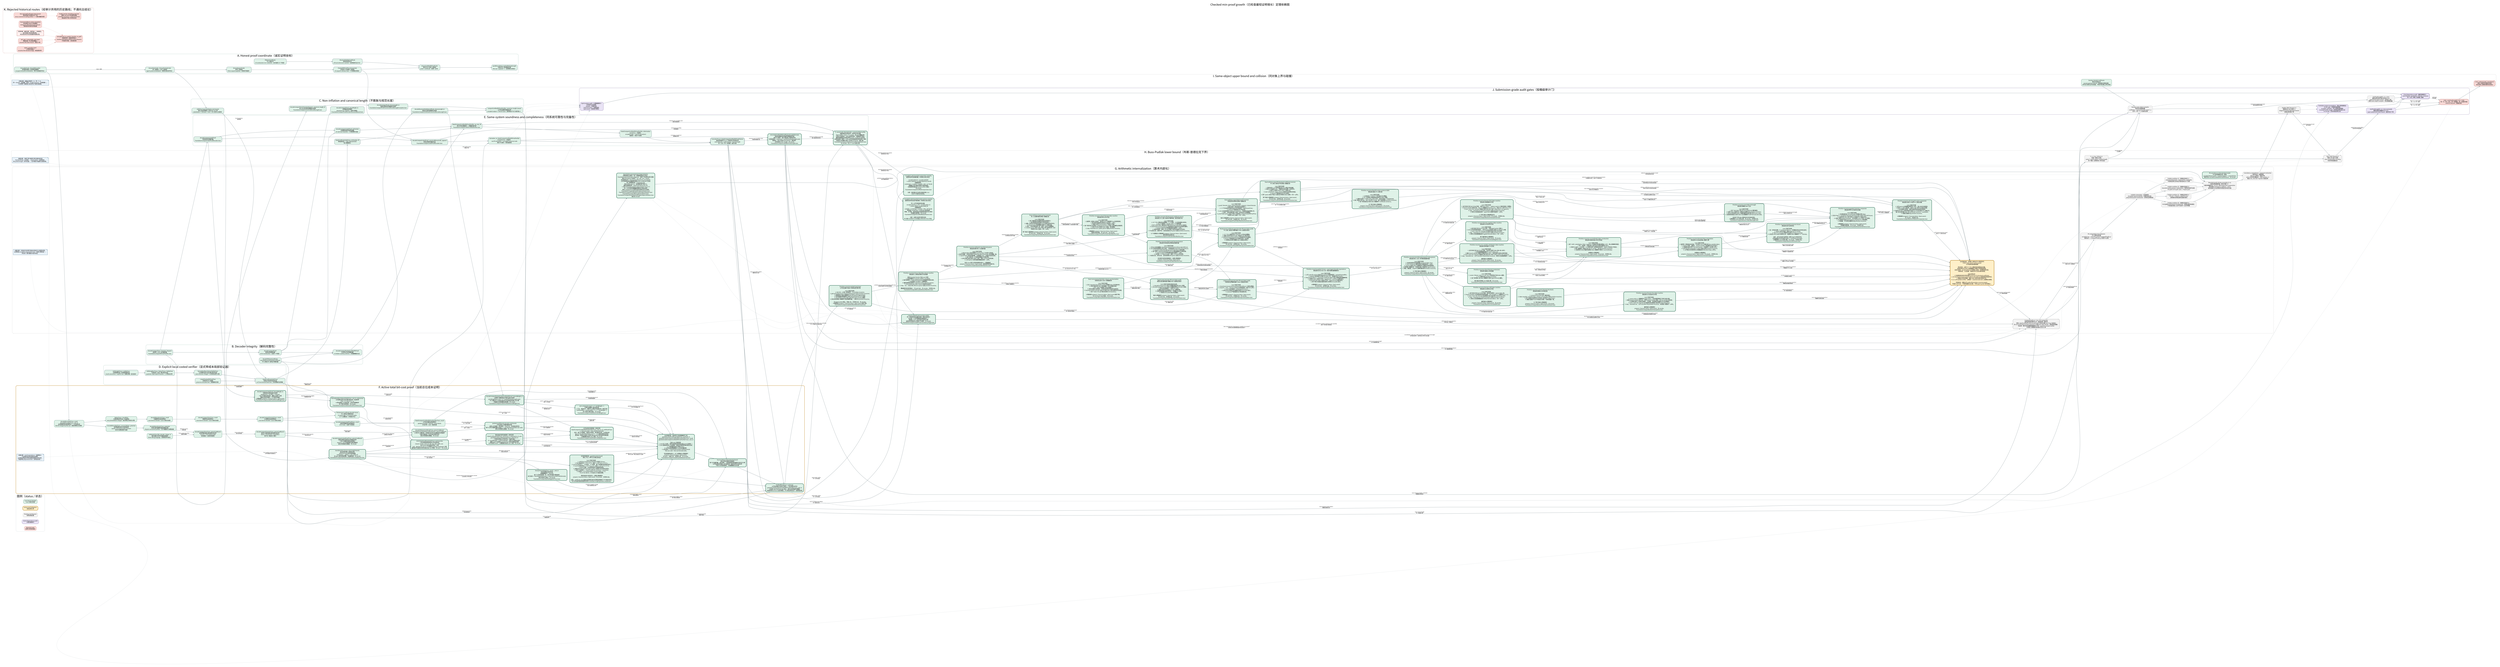
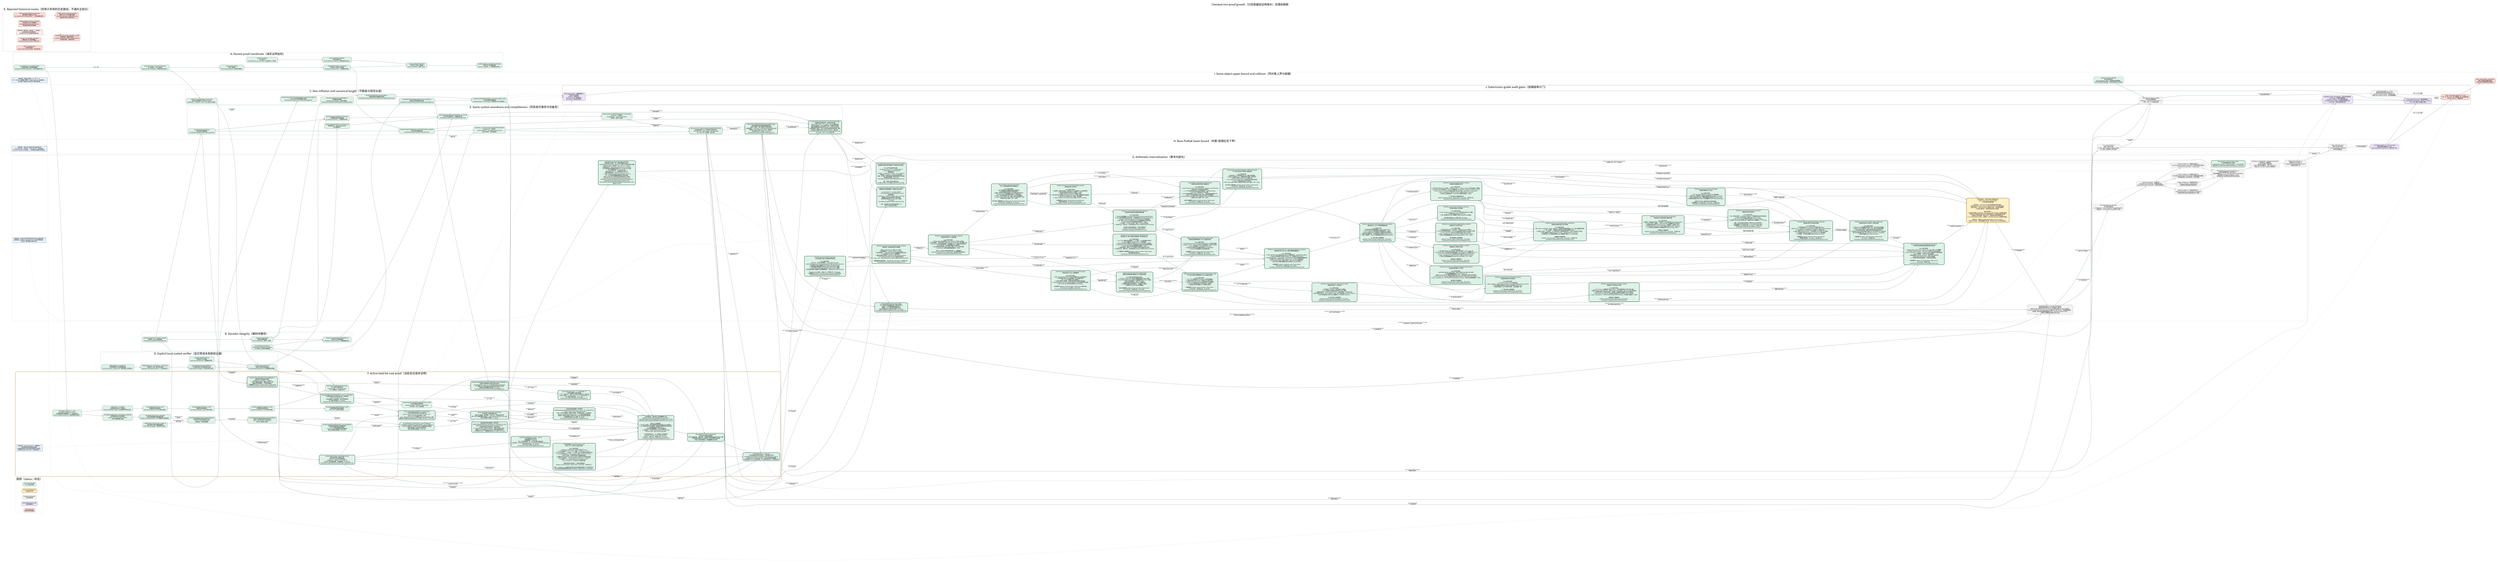
digraph CheckedMinProofDependencies {
  graph [
    rankdir=LR,
    bgcolor="white",
    compound=true,
    newrank=true,
    pad="0.35",
    nodesep="0.30",
    ranksep="0.62",
    fontname="Noto Sans CJK SC",
    fontsize=24,
    label="Checked min-proof growth（已检查最短证明增长）定理依赖图",
    labelloc="t",
    labeljust="c"
  ];
  node [
    shape=box,
    style="rounded,filled",
    fontname="Noto Sans CJK SC",
    fontsize=10.5,
    color="#526d75",
    fillcolor="#eef3f4",
    margin="0.14,0.09",
    penwidth=1.2
  ];
  edge [
    fontname="Noto Sans CJK SC",
    fontsize=8.5,
    color="#65777d",
    arrowsize=0.68,
    penwidth=1.05
  ];

  subgraph cluster_legend {
    label="图例（status / 状态）";
    color="#c8d1d4";
    style="rounded";
    done [label="Lean kernel checked\nLean 内核已检查", fillcolor="#dff2e8", color="#3f7c66"];
    active [label="Active proof obligation\n当前证明义务", fillcolor="#fff0c9", color="#b37a12", penwidth=2.2];
    pending [label="Pending root theorem\n待闭合根定理", fillcolor="#f3f3f3", color="#777777", style="rounded,filled,dashed"];
    audit [label="Axiom/dependency audit\n公理/依赖审计", fillcolor="#e9e3f5", color="#76639a"];
    rejected [label="Rejected route\n经审计弃用的路线", fillcolor="#f8d9d6", color="#a8443d", style="rounded,filled,dashed"];
  }

  subgraph cluster_coordinate {
    label="A. Honest proof coordinate（诚实证明坐标）";
    color="#8fb7aa";
    style="rounded";

    natcode [label="binaryNatCode / decodeBinaryNat\n自然数前缀码 / 自然数前缀解码\nescaped-bit prefix serialization（转义位前缀序列化）", fillcolor="#dff2e8"];
    syntaxcode [label="binaryTermCode + binaryFormulaCode\n项二进制码 + 公式二进制码\ntyped syntax serialization（类型化语法序列化）", fillcolor="#dff2e8"];
    sequentcode [label="binarySequentCode\n序列二进制码\nfinite sequent payload（有限序列载荷）", fillcolor="#dff2e8"];
    prooftree [label="CheckedPAProofTree.binaryCode\n已检查 PA 证明树二进制码\n10 sequent-calculus rules（十条相继式规则）", fillcolor="#dff2e8"];
    axiomcert [label="PAAxiomCertificate\nPA 公理证书\n23 constructors incl. induction（含归纳的 23 个构造）", fillcolor="#dff2e8"];
    structcert [label="StructuralValidityCertificate\n结构有效性证书\nall local witnesses counted（全部局部见证计长）", fillcolor="#dff2e8"];
    certifiedcode [label="binaryCertifiedPAProofCode\n带证书 PA 证明二进制码\nproof + certificate（证明 + 证书）", fillcolor="#dff2e8"];
    packedcode [label="packBinaryString / packedPayloadLength\n位串打包 / 有效载荷长度\nNat.size = payload + 1（自然数位长等式）", fillcolor="#dff2e8"];

    natcode -> syntaxcode [label="labels / 标签"];
    syntaxcode -> sequentcode;
    sequentcode -> prooftree;
    axiomcert -> structcert;
    prooftree -> certifiedcode;
    structcert -> certifiedcode;
    certifiedcode -> packedcode;
  }

  subgraph cluster_decoder {
    label="B. Decoder integrity（解码完整性）";
    color="#8fb7aa";
    style="rounded";

    typeddecoder [label="decodeCompactTerm / Formula / Sequent\n紧凑项 / 公式 / 序列解码器\nFoundationCompactPAProofVerifier.lean", fillcolor="#dff2e8"];
    proofdecoder [label="decodeCompactProof\n紧凑证明树解码器\nall 10 constructors（全部十个构造）", fillcolor="#dff2e8"];
    certdecoder [label="decodePAAxiomCertificate\ndecodeStructuralValidityCertificate\nPA 公理证书 / 结构证书解码器", fillcolor="#dff2e8"];
    packeddecoder [label="decodeCompactPackedCertifiedPAProof\n打包带证书证明解码器\nno hidden auxiliary witness（无隐藏辅助见证）", fillcolor="#dff2e8"];

    typeddecoder -> proofdecoder;
    certdecoder -> packeddecoder;
    proofdecoder -> packeddecoder;
  }

  subgraph cluster_size {
    label="C. Non-inflation and canonical length（不膨胀与规范长度）";
    color="#8fb7aa";
    style="rounded";

    structural [label="decodeCompactProof_parseWeight_le\n证明解码结构量界\nstructural non-inflation（结构不膨胀）\nFoundationCompactProofDecoderStructuralBound.lean", fillcolor="#dff2e8"];
    syntaxcanonical [label="decodeCompactTerm/Formula/Sequent_canonical_length_le\n项/公式/序列规范重编码长度界\nFoundationCompactCanonicalDecodeLength.lean", fillcolor="#dff2e8"];
    proofcanonical [label="decodeCompactProof_binaryLength_le\n完整证明树规范重编码长度界\nFoundationCompactProofCanonicalDecodeLengthComplete.lean", fillcolor="#dff2e8"];
    certcanonical [label="decodeStructuralValidityCertificate_binaryLength_le\n结构证书规范重编码长度界\nFoundationCompactCertificateCanonicalDecodeLength.lean", fillcolor="#dff2e8"];
    totalcanonical [label="compactCertifiedPAProofVerifier_canonical_length_bound\n公开验证器规范载荷总界\naccepted output <= honest input（接受输出不长于诚实输入）", fillcolor="#dff2e8"];
    transformsize [label="shift/free/neg/substitution size bounds\n移位/自由变量嵌入/否定/代入大小界\nsubstitution <= formula × term（代入至多公式乘项）", fillcolor="#dff2e8"];

    typeddecoder -> syntaxcanonical;
    proofdecoder -> structural;
    syntaxcanonical -> proofcanonical;
    certdecoder -> certcanonical;
    proofcanonical -> totalcanonical;
    certcanonical -> totalcanonical;
    syntaxcode -> transformsize;
  }

  subgraph cluster_explicit_local {
    label="D. Explicit local costed verifier（显式带成本局部验证器）";
    color="#8fb7aa";
    style="rounded";

    biteq [label="bitStringEqTrace / natEqTrace\n位串相等轨迹 / 自然数相等轨迹\nresult correctness + explicit cost（结果正确 + 显式成本）", fillcolor="#dff2e8"];
    bitset [label="bitStringMemTrace / SubsetTrace / SetEqTrace\n位串成员 / 包含 / 集合等价轨迹\nquadratic-style explicit bounds（二次型显式界）", fillcolor="#dff2e8"];
    formulalist [label="formulaEq/Mem/Subset/SetEqTrace\n公式相等/成员/包含/集合等价轨迹\ncode emission charged（公式码生成已计费）", fillcolor="#dff2e8"];
    listedtree [label="ListedCheckedPAProofTree\n列表序列 PA 证明树\npreserves decoded lists（保留解码列表）", fillcolor="#dff2e8"];
    listedcert [label="listedCertificateValidTrace\n列表证书有效性成本轨迹\nno Finset decide black box（无有限集判定黑箱）", fillcolor="#dff2e8"];

    biteq -> bitset;
    bitset -> formulalist;
    listedtree -> listedcert;
    formulalist -> listedcert;
    transformsize -> listedcert [label="local transforms\n局部变换"];
  }

  subgraph cluster_same_system {
    label="E. Same-system soundness and completeness（同系统可靠性与完备性）";
    color="#8fb7aa";
    style="rounded";

    listdecoder [label="decodeCompactListedProof\n列表保持证明解码器\nFoundationCompactListedProofDecoder.lean", fillcolor="#dff2e8"];
    projection [label="decodeCompactListedProof_toChecked\n列表解码投影到原检查器\n10-rule fuel induction（十规则燃料归纳）", fillcolor="#dff2e8"];
    localiff [label="listedCertificateValidTrace_toChecked_iff\n新局部轨迹 <-> 原 certificateValid\n语义精确等价", fillcolor="#dff2e8"];
    publiciff [label="listedCompactCertifiedPAProofVerifier_eq_true_iff\n新公开验证器接受 <-> 精确检查关系\nFoundationCompactListedCertifiedVerifier.lean", fillcolor="#dff2e8"];
    soundness [label="listedCompactCertifiedPAProofVerifier_toDerivation\nsoundness（可靠性）\naccepted code -> real PA Derivation2\n接受码 -> 真实 PA 推导", fillcolor="#dff2e8"];
    listencoder [label="decodeCompactListedProof_canonicalBinaryCode_append\n列表证明规范编码往返\nFoundationCompactListedProofEncoder.lean", fillcolor="#dff2e8"];
    completeness [label="derivation_to_listedCompactCertifiedPAProofVerifier\ncompleteness（完备性）\nreal PA derivation -> accepted canonical code\n真实 PA 推导 -> 规范接受码", fillcolor="#dff2e8"];
    predicate [label="Concrete P(x,y) / ListedCompactCertifiedPAProofChecks\n具体证明谓词 P(x,y) / 列表带证书检查关系\nsame formula + same checker + honest length\n同一公式 + 同一检查器 + 诚实长度", fillcolor="#dff2e8", penwidth=2.0];
    minmeasure [
      label="minListedCertifiedPAProofPayloadLength(formula)\n具体检查器诱导的最短完整载荷长度\n真实 PA 推导 -> 最小值由某个接受码实现\n任意接受码 -> minimum <= packedPayloadLength(code)\n接受码 -> 同公式真实 Derivation2（推导树）\n无项目级 proof_length；无 sorryAx\nFoundationCompactListedMinProofLength.lean",
      fillcolor="#dff2e8", color="#2f6f57", penwidth=2.8
    ];
    canonicalnormalize [
      label="P_canon(code, formulaCode) + canonical Bool verifier\n纯数值规范证明关系 + 规范布尔验证器\nBool verifier = true <-> P_canon，由 Lean 精确证明\n任意公开接受码 -> 同公式码规范码，完整载荷不增长\n最短完整载荷必由真实规范 proof + certificate 码实现\n全体码有限一致性 <-> 同 cutoff 的纯数值规范码有限一致性\n非规范/冗余编码不能人为压低 minimum（最小值）\nFoundationCompactListedCanonicalNormalization.lean\n无 sorryAx；仅三个 Lean 标准公理",
      fillcolor="#dff2e8", color="#2f6f57", penwidth=2.8
    ];

    typeddecoder -> listdecoder;
    listdecoder -> projection;
    proofdecoder -> projection;
    listedcert -> localiff;
    projection -> publiciff;
    localiff -> publiciff;
    packeddecoder -> publiciff;
    publiciff -> soundness;
    prooftree -> listencoder;
    listdecoder -> listencoder;
    listencoder -> completeness;
    listedcert -> completeness;
    soundness -> predicate;
    completeness -> predicate;
    predicate -> minmeasure [label="minimum over accepted codes\n对接受码取最小值"];
    completeness -> minmeasure [label="nonempty accepted set\n接受集合非空"];
    publiciff -> canonicalnormalize [label="decode every accepted code\n解码任意接受码"];
    listencoder -> canonicalnormalize [label="canonical re-encoding\n规范重编码"];
    totalcanonical -> canonicalnormalize [label="no payload growth\n载荷不增长"];
    minmeasure -> canonicalnormalize [label="minimum realized canonically\n最小值由规范码实现"];
  }

  subgraph cluster_cost_active {
    label="F. Active total bit-cost proof（当前总位成本证明）";
    color="#c18a27";
    style="rounded,bold";

    nattrace [label="decodeBinaryNatTrace_result\ndecodeBinaryNatTrace_cost_le\n自然数解码轨迹结果等价 + 二次位成本界\nNat.bit charged by Nat.size（按自然数位长收费）", fillcolor="#dff2e8", color="#3f7c66"];
    tracebind [label="OptionTrace + traceBind\n可选结果成本轨迹 + 轨迹绑定\nevery bind/failure charged（每次绑定/失败均计费）", fillcolor="#dff2e8", color="#3f7c66"];
    vectortrace [label="decodeManyVectorTrace_result\n向量解码轨迹结果等价\nLean kernel checked（Lean 内核已检查）", fillcolor="#dff2e8", color="#3f7c66"];
    termtrace [label="decodeCompactTermTrace_result\n项解码轨迹结果等价\nLean kernel checked（Lean 内核已检查）", fillcolor="#dff2e8", color="#3f7c66"];
    formulatrace [label="decodeCompactFormulaTrace_result\n公式解码轨迹结果等价\nLean kernel checked（Lean 内核已检查）", fillcolor="#dff2e8", color="#3f7c66"];
    prooftrace [label="decodeCompactListedProofTrace_result\n列表证明解码轨迹结果等价\nall 10 rules（全部十条规则）", fillcolor="#dff2e8", color="#3f7c66"];
    certtrace [label="PA/structural certificate decoder traces\nPA / 结构证书解码轨迹\n23 axiom tags + 4 recursive nodes\n23 个公理标签 + 4 种递归节点", fillcolor="#dff2e8", color="#3f7c66"];
    publictrace [label="listedCompactCertifiedPAProofVerifierTrace_result\n公开验证器轨迹结果等价\npacked envelope + formula + local checks\n打包外壳 + 公式 + 局部检查", fillcolor="#dff2e8", color="#3f7c66"];
    natpotential [label="decodeBinaryNatTrace_success/failure_potential\n自然数解码成功/失败势能界\nquartic consumed-prefix invariant\n四次已消费前缀不变量", fillcolor="#dff2e8", color="#3f7c66"];
    vectorpotential [label="decodeManyVectorTrace_potential\n任意长度向量解码摊还势能定理\ndisjoint consumed prefixes（互不重叠的已消费前缀）", fillcolor="#dff2e8", color="#3f7c66"];
    symbolcharge [label="arithmeticFunc/Rel_decode_charge_le\n算术函数/关系符号解码收费界\nfinite ORing language（有限有序环语言）", fillcolor="#dff2e8", color="#3f7c66"];
    termpotential [label="decodeCompactTermTrace_parserCostBound\n紧凑项解码器全路径摊还成本界\nsuccess + every failure path\n成功路径 + 全部失败路径", fillcolor="#dff2e8", color="#3f7c66"];
    formulapotential [label="decodeCompactFormulaTrace_parserCostBound\n紧凑公式解码器全路径摊还成本界\natoms / connectives / quantifiers\n原子式 / 联结词 / 量词", fillcolor="#dff2e8", color="#3f7c66"];
    proofpotential [
      label="decodeCompactListedProofTrace_parserCostBound\n列表证明树全路径四次势能成本界\n十条 PA 相继式规则全部通过\nand/cut 二叉子证明势能已望远镜相消\n成功/失败路径全覆盖；无 sorryAx",
      fillcolor="#dff2e8", color="#3f7c66"
    ];
    certpotential [
      label="decodePAAxiomCertificateTrace_parserCostBound\ndecodeStructuralValidityCertificateTrace_parserCostBound\n23 种 PA 公理标签 + 4 种递归证书节点全路径四次势能界\n归纳公理体和二元证书树已摊还闭合\n成功/失败路径全覆盖；无 sorryAx",
      fillcolor="#dff2e8", color="#3f7c66", penwidth=2.2
    ];
    packedcost [
      label="packed proof/formula decoder cost bounds\n打包证明/公式解码器成本界\n证明+证书串联、末位哨兵、dropLast、空后缀全部闭合\n两个公开打包解码器均不超过 2 × decoderPotential(Nat.size code)\n成功/失败路径全覆盖；无 sorryAx",
      fillcolor="#dff2e8", color="#2f6f57", penwidth=2.8
    ];
    transformcode [
      label="transformation binary-code length bounds\n语法变换完整二进制码长界\nshift/free/neg 均至多线性膨胀\nsubstitution：|phi[t]| <= 3(F+1)(W+1)F\n含 qpow 量词深度预算；无隐藏参数；无 sorryAx\nFoundationCompactSyntaxTransformationCodeBounds.lean",
      fillcolor="#dff2e8", color="#2f6f57", penwidth=2.8
    ];
    negtrace [
      label="binaryFormulaNegTrace_result / _cost_le\n否定变换真实递归轨迹\n结果精确等于 ∼formula\n每个公式构造收费一步；原子项向量不重复遍历\n执行成本 <= formulaSymbolCount <= |binaryFormulaCode(formula)|\n单文件探针已通过；无 sorryAx\nFoundationCompactSyntaxNegationTrace.lean",
      fillcolor="#dff2e8", color="#2f6f57", penwidth=2.8
    ];
    axmjoint [
      label="axm comparator input <= 2 * jointWeight + 1\n公理比较器输入联合坐标界\n上下文、候选句子、完整 PA 公理证书均落在同一诚实位权\ncertificateBits + sentenceBits + 1 <= 2 * jointWeight + 1\n四个坐标引理已通过；无 sorryAx\nFoundationCompactListedAxiomJointWeight.lean",
      fillcolor="#dff2e8", color="#2f6f57", penwidth=2.8
    ];
    honestproof [
      label="decodeCompactListedProof_honestWeight_le\n列表保持证明树诚实位权界\nweight(tree) + 8|suffix| <= 8|input|\n十条 PA 规则全部闭合；重复公式逐个计费\n覆盖任意成功解码，不只是规范编码\n公理画像仅 propext / Classical.choice / Quot.sound\nFoundationCompactListedProofHonestWeight.lean",
      fillcolor="#dff2e8", color="#2f6f57", penwidth=2.8
    ];
    honestcert [
      label="decodeCompactPackedListedCertifiedPAProof_honestWeight_le\n证明树+完整结构证书联合诚实位权界\njointWeight(tree,cert) <= 8 * packedPayloadLength(code)\nPA 公理证书 23 标签及递归证书全部由实际输入位计费\n无辅助见证和隐藏长度参数；无 sorryAx\nFoundationCompactListedCertifiedHonestWeight.lean",
      fillcolor="#dff2e8", color="#2f6f57", penwidth=2.8
    ];
    localprimitives [
      label="formulaEq/Mem/Subset/SetEqTrace_cost_le_polynomial\n公式相等/成员/包含/集合等价统一位成本界\nP(w) = 4 + 2(w+3)^2 + w\nw 是全部输入公式码位权，包含列表重复项\n四个端点全部通过；无 sorryAx\nFoundationCompactListedLocalCostPrimitives.lean",
      fillcolor="#dff2e8", color="#2f6f57", penwidth=2.8
    ];
    localbranches9 [
      label="10/10 listedCertificateValidTrace cost branches\n十条证明规则局部成本分支全部闭合\nclosed / verum / and / or / all / exs / wk / shift / cut：\n由 P(G(w)) 及生成语法界统一计费\naxm：由 A(w)=K*(2w+1)^12 的真实 guarded comparator 计费\n最终每节点固定多项式包络已由 Lean 检查；无 haxm、无 sorryAx",
      fillcolor="#dff2e8", color="#2f6f57", penwidth=2.8
    ];
    localinduction [
      label="联合坐标内部归纳骨架 + 具体实例\nlistedCertificateValidTrace_jointCost_le_polynomial_of_axm\nguardedListedCertificateValidTrace_jointCost_le\n十规则证明树/证书同步统一归纳已通过\nb = proofWeight + certificateWeight（证明+证书联合位权）\n抽象 haxm 已由真实 guarded axm 成本定理具体消除\n公开实例无 haxm；公理画像仅标准 Lean 公理；无 sorryAx",
      fillcolor="#dff2e8", color="#2f6f57", penwidth=2.8
    ];
    publicskeleton [
      label="公开总成本内部骨架 + 具体实例\nlistedCompactCertifiedPAProofVerifierTrace_cost_le_of_certificateTrace\ns = Nat.size(code) + Nat.size(formulaCode)\n合并：两个打包解码、局部证书检查、结论集合比较、公式码比较\nQ(s)=4*decoderPotential(s)+L(s)+1，L(s) 是显式固定多项式\n原先唯一内部证书成本义务现已由 guarded 联合成本定理消除\n公理画像仅标准 Lean 公理；无 sorryAx\nFoundationCompactListedPublicCostSkeleton.lean",
      fillcolor="#dff2e8", color="#2f6f57", penwidth=2.8
    ];
    publiccost [
      label="【主终端完成：具体带守卫检查器最终汇合】\nguardedListedCertificateValidTrace_jointCost_le\nguardedListedCompactCertifiedPAProofVerifierTrace_result\nguardedListedCompactCertifiedPAProofVerifierTrace_cost_le\n\n已由 Lean 内核检查：\n1. axm 的 23 标签、接受/拒绝路径和候选长度 guard 全部统一；\n2. axm 局部成本进入与证明树、结构证书相同的诚实联合位权；\n3. 十规则整树成本不再带 haxm；\n4. 公开轨迹结果精确等于公开验证器结果；\n5. 总位成本 <= listedPublicVerifierCostPolynomial(\n   Nat.size code + Nat.size formulaCode)。\n\n定向构建退出码 0；五个关键端点公理画像仅\npropext / Classical.choice / Quot.sound。\n无 haxm、无输入包、无项目公设、无 sorryAx。\nFoundationCompactListedGuardedAxiomCost.lean",
      fillcolor="#dff2e8", color="#2f6f57", penwidth=2.8
    ];
    amortized [label="Success/failure total potential bound\n成功/失败全路径总势能界\n两个打包解码器、语法变换、十规则局部检查和最终比较均已计费\n公开轨迹的所有输入对均满足同一固定多项式位成本界\n不是只分析接受路径；无隐藏辅助见证长度", fillcolor="#dff2e8", color="#2f6f57", style="rounded,filled", penwidth=2.8];
    costnote [shape=note, label="关键注释：result equivalence（结果等价）\n只证明轨迹没有改掉验证结果；\n必须再证明成功/失败全路径的固定多项式界，\n才能声称 polynomial time（多项式时间）。", fillcolor="#e8f1f8", color="#4e7892"];
    transformtrace [label="【共享终端完成：guarded axiom trace】\n移位 / 代入 / 带守卫公理比较轨迹\n\nLean 内核已检查：\n1. shift/free/substitution/list/fixitr 的真实 QTrace；\n2. fixitr 输出码长 <= 4*(L+1)^2；成本 <= 128*(m+L+1)^2*L；\n3. succInd 四次代入、三次否定、三个析取、两个全称量词全部真实执行；\n4. succInd 输出码长 <= 10^7*(L+1)^4；成本 <= 10^11*(L+1)^12；\n5. guard 完备：合法相等候选不会被提前拒绝；\n6. 接受分支 fixitr/allClosure/formulaEq 与拒绝分支总成本均闭合；\n7. 全部 23 标签统一：true iff certificate.sentence = candidate；\n8. 总成本 <= K*(certificateBits+sentenceBits+1)^12，\n   K=10^30+(3B+4)，B 为显式 26 句固定预算。\n\n两条验收命令退出码 0；关键公理画像仅\npropext / Classical.choice / Quot.sound；无 sorryAx、无项目公设。\n\n边界：certificate-only 直接生成完整归纳句在稀疏变量编号下不可能多项式；\n本节点完成的是保持接受关系的 candidate-length guarded comparator。", fillcolor="#dff2e8", color="#2f6f57", style="rounded,filled", penwidth=2.8];
    polytime [label="VerifierBitCost(x,y) <= p(|x|+|y|)\n公开验证器总位成本不超过一个显式固定多项式\nguardedListedCompactCertifiedPAProofVerifierTrace_cost_le\n对全部 code/formulaCode 成立，成功与失败路径均覆盖\n这里是项目 QTrace 位成本模型；PA 内短证明仍由下一簇单独完成", fillcolor="#dff2e8", color="#2f6f57", style="rounded,filled", penwidth=2.8];

    natcode -> nattrace;
    nattrace -> tracebind;
    tracebind -> vectortrace;
    vectortrace -> termtrace;
    termtrace -> formulatrace;
    formulatrace -> prooftrace;
    certdecoder -> certtrace;
    formulatrace -> certtrace;
    prooftrace -> publictrace;
    certtrace -> publictrace;
    publictrace -> amortized [label="exact behavior first\n先固定精确行为"];
    nattrace -> natpotential;
    natpotential -> vectorpotential;
    vectorpotential -> termpotential [label="argument vectors\n参数向量"];
    symbolcharge -> termpotential [label="finite symbol decoding\n有限符号解码"];
    termpotential -> formulapotential [label="terms inside atoms\n原子式中的项"];
    formulapotential -> proofpotential [label="formulas inside sequents\n序列中的公式"];
    proofpotential -> certpotential [label="proof/certificate alignment\n证明树/证书树对齐"];
    formulapotential -> certpotential [label="induction body\n归纳公理体"];
    certpotential -> packedcost [label="proof + certificate stream\n证明 + 证书串"];
    publictrace -> packedcost [label="same executable result\n同一可执行结果"];
    packedcost -> publiccost [label="decoded objects\n已解码对象"];
    transformsize -> transformcode [label="from symbol count to full bits\n从符号数提升到完整位长"];
    transformcode -> negtrace [label="input bit-length control\n输入位长控制"];
    negtrace -> publiccost [label="closed/cut negation charge\n闭合/切规则否定计费"];
    transformcode -> publiccost [label="generated-code bounds\n生成公式码长界"];
    listdecoder -> honestproof [label="all successful parses\n全部成功解码"];
    honestproof -> honestcert [label="proof-tree charge\n证明树计费"];
    certcanonical -> honestcert [label="full certificate bits\n完整证书位"];
    honestcert -> publiccost [label="joint decoded-data bound\n联合解码数据界"];
    honestcert -> axmjoint [label="proof + certificate coordinate\n证明 + 证书坐标"];
    axmjoint -> publiccost [label="guarded comparator input bound\n带守卫比较器输入界"];
    listedcert -> localprimitives [label="exact trace costs\n精确轨迹成本"];
    honestproof -> localprimitives [label="duplicate-preserving weights\n保留重复项位权"];
    localprimitives -> publiccost [label="uniform quadratic bound\n统一二次界"];
    localprimitives -> localbranches9 [label="per-rule instantiation\n逐规则实例化"];
    transformcode -> localbranches9 [label="generated syntax bounds\n生成语法界"];
    localbranches9 -> publiccost [label="nine checked branches\n九条已检查分支"];
    localbranches9 -> localinduction [label="structural aggregation\n结构汇总"];
    localinduction -> publiccost [label="haxm concretely discharged\nhaxm 已由具体定理消除"];
    localinduction -> publicskeleton [label="local certificate polynomial\n局部证书多项式"];
    packedcost -> publicskeleton [label="two packed decoder bounds\n两个打包解码界"];
    honestcert -> publicskeleton [label="decoded joint weight\n解码联合位权"];
    publicskeleton -> publiccost [label="concrete discharge checked\n具体消义务已检查"];
    listedcert -> publiccost [label="explicit local checks\n显式局部检查"];
    publiccost -> amortized;
    totalcanonical -> amortized [label="consumed-length control\n消费长度控制"];
    costnote -> amortized [style=dotted, arrowhead=none, constraint=false];
    transformcode -> transformtrace;
    transformtrace -> publiccost [label="guarded axm + shift/free/substitution costs\n带守卫公理 + 移位/自由化/代入成本"];
    amortized -> polytime;
    transformtrace -> polytime;
    totalcanonical -> polytime [label="input/output length control\n输入输出长度控制"];
    listedcert -> polytime [label="local cost bounds\n局部成本界"];
    predicate -> polytime [label="exact executable relation\n精确可执行关系"];
  }

  subgraph cluster_internalization {
    label="G. Arithmetic internalization（算术内部化）";
    color="#9a9a9a";
    style="rounded,dashed";

    listedconmeta [label="ListedCertifiedFiniteConsistencyAt(k)\n同一列表保持验证器的有限一致性元层语义\n无长度 <= k 的完整载荷码被接受为 ⊥\n普通及 2^(A*n) 放大版本无条件为真\n接受反向恢复同公式真实 PA 推导；无 sorryAx\nFoundationCompactListedFiniteConsistencyTarget.lean", fillcolor="#dff2e8", color="#2f6f57", penwidth=2.8];
    arithinput [label="Primitive-recursive packed input layer\n公开验证器打包输入的原始递归算术层\n\nLean 内核已检查：\n1. Nat.bits（小端二进制展开）为 primitive recursive；\n2. getLast?/dropLast 与 sentinel payload peel 均为 primitive recursive；\n3. 剥离成功 iff 输入精确等于 packBinaryString(payload)；\n4. 新剥离器结果精确等于现有 packedPayloadTrace 结果；\n5. decodeBinaryNat 已由 right-fold state machine 重建；\n6. 新状态机逐输入精确等于原前缀解码器，二者均为 primitive recursive。\n\n无 typed syntax 假设、无输入包、无项目公设、无 sorryAx；\n公理画像仅 propext / Classical.choice / Quot.sound 或其子集。\nFoundationCompactListedVerifierArithmeticInput.lean", fillcolor="#dff2e8", color="#2f6f57", penwidth=2.8];
    tokenstream [label="Primitive-recursive binary-Nat token stream machine\n原始递归二进制自然数记号流机器\n\n具体 bounded iterator 已由 Lean 检查：\n1. 状态明确区分 running / failed / accepted；\n2. 每步调用同一个 decodeBinaryNat 并保留真实剩余位串；\n3. 总步数由 inputBits+1 明确限制；\n4. 最终结果逐位串等于 repeated-prefix reference parser；\n5. binaryNatCode token stream 的规范往返成立；\n6. step、run、output 和 reference parser 全部 primitive recursive。\n\n覆盖畸形和非规范输入；无 rawCode、无 sorryAx、无项目公设。\nFoundationCompactBinaryNatStreamMachine.lean", fillcolor="#dff2e8", color="#2f6f57", penwidth=2.8];
    bitsync [label="Exact noncanonical bit/token stream synchronization\n非规范位流与 token 流精确同步\n\nLean 内核已检查：\n1. 定义 repeated decodeBinaryNat 的精确 token/位后缀关系；\n2. 关系可按任意 token 前后缀唯一切分并重新合成；\n3. 同一 token 前缀留下的位后缀唯一；\n4. 规范位编码只是特例，不把非规范高位零误判为规范码；\n5. bounded stream decoder 成功 iff 全部 token 恰好消费至空位后缀；\n6. 每个 token-list split 都对应真实 bit boundary。\n\n公理画像仅 propext / Classical.choice / Quot.sound 或其子集；\n无 canonical-input 假设、无 sorryAx。\nFoundationCompactBinaryNatStreamSynchronization.lean", fillcolor="#dff2e8", color="#2f6f57", penwidth=2.8];
    syntaxparser [label="Primitive-recursive arithmetic term/formula parser\n原始递归算术项 / 公式解析器\n\nLean 内核已检查：\n1. 纯 Nat token 状态机覆盖 bvar/fvar/func 与全部公式构造；\n2. 有序环函数、关系符号码与 typed decoder 的 decode₂ 条件精确一致；\n3. repeat frame 逐项处理参数，不按稀疏 arity 一次展开巨型任务表；\n4. 每个真实项 / 公式都有精确执行步数定理；\n5. 执行步数不超过真实 token 长度，固定二次 fuel 必然足够；\n6. 公开 parser 对规范编码精确返回同一 suffix。\n\n定向 Lean 探针与目标构建退出码 0；公理画像仅\npropext / Classical.choice / Quot.sound；静态禁用项扫描为空。\nFoundationCompactSyntaxTokenMachine.lean", fillcolor="#dff2e8", color="#2f6f57", penwidth=2.8];
    syntaxinversion [label="Exact arbitrary-input syntax inversion\n项 / 公式解析器任意输入精确反演\n\nLean 内核已检查：\n1. 每个纯数值任务栈都有类型化前缀语义；\n2. 每次数值状态转换反向保持该语义；\n3. 函数 / 关系符号有效码恢复同 arity 的真实有序环符号；\n4. repeat frame 恢复精确长度的 Fin 参数向量；\n5. 成功、失败及畸形输入统一由同一后向不变量覆盖；\n6. numeric parser 返回 suffix iff 输入等于某真实项 / 公式\n   的规范 token 前缀 ++ 同一 suffix。\n\n两个端点公理画像仅 propext / Classical.choice / Quot.sound；\n无 rawCode、无项目公设、无 sorryAx。\nFoundationCompactSyntaxTokenMachineInversion.lean", fillcolor="#dff2e8", color="#2f6f57", penwidth=2.8];
    syntaxbitsync [label="Typed syntax decoder iff exact token prefix\n类型化语法解码器与精确 token 前缀双向等价\n\nLean 内核已检查任意成功位串：\n1. decodeCompactTerm 成功 iff 精确消费该项 token 前缀；\n2. decodeCompactFormula 成功 iff 精确消费该公式 token 前缀；\n3. 两方向均保留同一个真实 bit suffix；\n4. 函数/关系符号代码由 decode₂ 精确恢复；\n5. 任意有限参数向量逐项同步，不隐藏 arity 展开；\n6. 非规范 binaryNat 表示完全覆盖。\n\n端点公理画像仅 propext / Classical.choice / Quot.sound；\n无 rawCode、无项目公设、无 sorryAx。\nFoundationCompactSyntaxBitTokenSynchronization.lean", fillcolor="#dff2e8", color="#2f6f57", penwidth=2.8];
    closedformula [label="Primitive-recursive closed-formula token machine\n原始递归闭公式记号机\n\nLean 内核已检查：\n1. 复用同一紧凑公式语法，但所有 term 位置遇到 fvar 标签即拒绝；\n2. 每次成功恢复真实类型化公式及同一 suffix；\n3. 恢复公式的 freeVariables 严格等于空集；\n4. 每个真实闭公式及每个 ArithmeticSentence 的嵌入规范编码必被接受；\n5. 成功 iff 闭公式规范 token 前缀，双向精确；\n6. step / bounded run / public parser 全部 primitive recursive。\n\n公理画像仅 propext / Classical.choice / Quot.sound；\n无额外闭性参数、无 rawCode、无 sorryAx。\nFoundationCompactClosedFormulaTokenMachine.lean", fillcolor="#dff2e8", color="#2f6f57", penwidth=2.8];
    proofparser [label="Primitive-recursive listed-proof structural parser\n原始递归列表保持证明树结构解析器\n\nLean 内核已检查：\n1. 纯 Nat 任务栈覆盖 closed/axm/verum/and/or/all/exs/wk/shift/cut；\n2. axm 标签现调用独立闭公式机，不再把普通 proposition 当 sentence；\n3. sequent cardinality 由 repeat-formula frame 逐项消费；\n4. 每个真实 ListedCheckedPAProofTree 都有精确执行步数定理；\n5. and/cut 左右子证明按编码顺序消费同一 suffix；\n6. 总步数 <= 2*tokenLength，固定二次 fuel 必然足够；\n7. 十标签分派、闭句分支、总状态机和公开 parser 全部 primitive recursive。\n\n定向探针及目标构建通过；关键公理画像仅\npropext / Classical.choice / Quot.sound。\nFoundationCompactProofTokenMachine.lean", fillcolor="#dff2e8", color="#2f6f57", penwidth=2.8];
    proofinversion [label="Exact arbitrary-input listed-proof inversion\n列表保持证明树任意输入精确反演\n\nLean 内核已检查：\n1. proof / formula / term / repeat-formula / sequent / closed-formula\n   六类任务统一具有类型化前缀语义；\n2. 十个节点标签的每条反向分支均恢复同一 typed proof tree；\n3. and/cut 严格恢复左右子树次序；\n4. axm 分支恢复真实 ArithmeticSentence，不接受含自由变量公式；\n5. 成功、失败及畸形输入由同一后向状态不变量覆盖；\n6. proof token parser 成功 iff 输入为某真实 ListedCheckedPAProofTree\n   的规范 token 前缀 ++ 同一 suffix。\n\n端点公理画像仅 propext / Classical.choice / Quot.sound；\n无 rawCode、无项目公设、无 sorryAx。\nFoundationCompactProofTokenMachineInversion.lean", fillcolor="#dff2e8", color="#2f6f57", penwidth=2.8];
    certparser [label="Primitive-recursive PA/structural certificate parsers\n原始递归 PA 公理 / 结构证书解析器（规范完备方向）\n\nLean 内核已检查：\n1. 23 个 PA 公理标签全部覆盖；0..21 固定，3/4 校验函数/关系码；\n2. tag 22 调用同一 binder-arity-1 公式解析器；\n3. 新 PA 证书 token 编码逐证书等于旧 binary code 的 Nat 前缀流；\n4. leaf/axiomCert/unary/binary 四类结构证书由显式任务栈递归解析；\n5. binary 左右子证书按编码顺序消费同一 suffix；\n6. 线性步数界、固定二次 fuel 和两个规范往返端点均已闭合；\n7. PA 标签分派、结构节点、总状态机和公开 parser 全部 primitive recursive。\n\n七个关键端点公理画像仅 propext / Classical.choice / Quot.sound；\n静态禁用项扫描为空。\nFoundationCompactCertificateTokenMachine.lean", fillcolor="#dff2e8", color="#2f6f57", penwidth=2.8];
    certinversion [label="Exact arbitrary-input PA/structural certificate inversion\nPA 公理 / 结构证书任意输入精确反演\n\nLean 内核已检查：\n1. 固定标签 0..21 逐项恢复对应 PA 公理证书构造器；\n2. 标签 3/4 恢复同 arity、同编码的真实函数 / 关系符号；\n3. 标签 22 恢复 binder-arity-1 归纳公式；\n4. leaf / axiomCert / unary / binary 四类节点全部反向恢复；\n5. binary 严格恢复左右子证书顺序；\n6. 两个 parser 成功 iff 输入为真实证书规范 token 前缀 ++ 同一 suffix。\n\n两个端点公理画像仅 propext / Classical.choice / Quot.sound；\n无 rawCode、无项目公设、无 sorryAx。\nFoundationCompactCertificateTokenMachineInversion.lean", fillcolor="#dff2e8", color="#2f6f57", penwidth=2.8];
    proofbitsync [label="Listed proof typed decoder iff exact token prefix\n列表保持证明解码器与 token 前缀双向等价\n\nLean 内核已检查：\n1. closed/axm/verum/and/or/all/exs/wk/shift/cut 十规则全覆盖；\n2. sequent、term、formula 与左右子证明保留同一真实 bit suffix；\n3. axm 分支恢复同一 ArithmeticSentence；\n4. 成功方向与完备方向均覆盖非规范 binaryNat 表示；\n5. and/cut 严格保留左右子树消费次序。\n\n公理画像仅 propext / Classical.choice / Quot.sound；\n无 rawCode、无项目公设、无 sorryAx。\nFoundationCompactProofBitTokenSynchronization.lean", fillcolor="#dff2e8", color="#2f6f57", penwidth=2.8];
    certbitsync [label="PA/structural certificate typed decoder iff exact token prefix\nPA 公理 / 结构证书解码器与 token 前缀双向等价\n\nLean 内核已检查：\n1. 23 个 PA 公理标签及 induction 公式体全部覆盖；\n2. 函数/关系符号由 decode₂ 恢复同 arity 真实符号；\n3. leaf/axiomCert/unary/binary 四类递归证书全覆盖；\n4. binary 严格保留左右证书顺序及同一位后缀；\n5. 任意成功位串与精确 token 前缀双向等价。\n\n公理画像仅 propext / Classical.choice / Quot.sound；\n无 rawCode、无项目公设、无 sorryAx。\nFoundationCompactCertificateBitTokenSynchronization.lean", fillcolor="#dff2e8", color="#2f6f57", penwidth=2.8];
    packedtokensync [label="Primitive-recursive packed stream + exact typed-decoder equivalence\n原始递归打包 token 流 + 类型化解码器精确等价\n\nLean 内核已检查：\n1. 公开 code 的 sentinel 哨兵位与 payload 剥离使用同一 packedPayloadBits；\n2. payload 逐前缀转为完整 Nat token 流，流函数已证 Primrec；\n3. listed proof tokens ++ structural certificate tokens 按公开解码顺序精确拼接；\n4. 证明码 token 流成功 iff 同一 typed proof + certificate 解码成功；\n5. formulaCode token 流成功 iff 同一 typed formula 解码成功；\n6. 两个等价均保留全载荷消费与非规范 binaryNat 表示。\n\n公理画像仅 propext / Classical.choice / Quot.sound；\n无 rawCode、无项目公设、无 sorryAx。\nFoundationCompactListedPackedBitTokenSynchronization.lean", fillcolor="#dff2e8", color="#2f6f57", penwidth=2.8];
    numericvalues [label="Primitive-recursive term/formula/sequent value parsers\n原始递归项 / 公式 / 序列数值值解析器\n\nLean 内核已检查：\n1. 在结构判断同时保留精确 canonical token slice；\n2. term 与 formula 解析返回已消费值及同一 suffix；\n3. sequent 按首 token 的基数逐公式解析并保持原顺序；\n4. 规范输入精确往返；任意成功输入恢复真实 typed syntax；\n5. 单值、重复值、sequent 总解析器全部 primitive recursive。\n\n九个审计端点公理画像仅\npropext / Classical.choice / Quot.sound；无 sorryAx。\nFoundationCompactNumericSyntaxValueParser.lean", fillcolor="#dff2e8", color="#2f6f57", penwidth=2.8];
    numericchecks [label="Primitive-recursive numeric formula-list checks\n原始递归数值公式列表检查\n\nLean 内核已检查：\n1. canonical formula token 编码单射；\n2. token equality / membership / subset / set equality 全部 primitive recursive；\n3. 四个结果在任意规范公式列表上逐点等于 typed trace；\n4. 重复元素按 Finset 外延语义处理，与原检查器一致。\n\n九个审计端点公理画像仅\npropext / Classical.choice / Quot.sound；无 sorryAx。\nFoundationCompactNumericFormulaListChecks.lean", fillcolor="#dff2e8", color="#2f6f57", penwidth=2.8];
    numericconstructors [label="Primitive-recursive direct formula constructors\n原始递归直接公式构造器\n\nLean 内核已检查：\n1. verum / falsum / and / or / all / exs 六种构造全为纯 token 函数；\n2. 六个函数全部 primitive recursive；\n3. 每个规范输入逐 token 精确等于真实 typed formula 编码。\n\n审计端点仅依赖 Lean 标准公理；无 sorryAx。\nFoundationCompactNumericFormulaConstructors.lean", fillcolor="#dff2e8", color="#2f6f57", penwidth=2.8];
    numericnegation [label="Primitive-recursive formula-negation token machine\n原始递归公式否定记号机\n\nLean 内核已检查：\n1. 运行状态只有 Nat 与 Nat 列表，不把 typed syntax 当输入；\n2. term 记号逐项原样复制，八种 formula 标签执行真实 De Morgan 对偶；\n3. term / term-list / formula 的完整任务执行语义均已闭合；\n4. step、bounded run 与公开 transform 全部 primitive recursive；\n5. 规范公式前缀精确返回 negated formula tokens + 同一 suffix。\n\n两个最终端点公理画像仅\npropext / Classical.choice / Quot.sound；无 sorryAx。\nFoundationCompactNumericFormulaNegation.lean", fillcolor="#dff2e8", color="#2f6f57", penwidth=2.8];
    numericshift [label="Primitive-recursive formula-shift token machine\n原始递归公式移位记号机\n\nLean 内核已检查：\n1. 运行状态只有 Nat 与 Nat 列表，逐任务消费同一 parser token 流；\n2. bound variable 与全部结构标签原样保留，free variable [1,i] 精确变为 [1,i+1]；\n3. term / term-list / formula 的完整执行语义逐点等于 Rewriting.shift；\n4. step、bounded run 与公开 transform 全部 primitive recursive；\n5. 规范公式前缀精确返回 shifted formula tokens + 同一 suffix。\n\n最终端点公理画像仅\npropext / Classical.choice / Quot.sound；无 sorryAx。\nFoundationCompactNumericFormulaShift.lean", fillcolor="#dff2e8", color="#2f6f57", penwidth=2.8];
    numericfree [label="Primitive-recursive formula-free token machine\n原始递归公式自由化记号机\n\nLean 内核已检查：\n1. source arity n+1 精确降到 target arity n，任务栈携带量词下真实当前元数；\n2. 最后 bound variable 变为 &0，较早 bound variable 保持，旧 free variable 取后继；\n3. 仅消费长度为 2 的真实变量头，空消费、失败路径及函数头均不会误触发；\n4. term / term-list / formula 沿元数等式的完整语义逐点等于 Rewriting.free；\n5. step、bounded run、公开 transform 均 primitive recursive，规范输入保留同一 suffix。\n\n最终端点公理画像仅\npropext / Classical.choice / Quot.sound；无 sorryAx。\nFoundationCompactNumericFormulaFree.lean", fillcolor="#dff2e8", color="#2f6f57", penwidth=2.8];
    numericsubstitution [label="Primitive-recursive one-variable substitution token machine\n原始递归单变量代入记号机\n\nLean 内核已检查：\n1. 运行状态只有 Nat 与 Nat 列表，见证项以固定 token 输入进入迭代；\n2. 任务栈精确跟踪量词下 source arity 1+d；\n3. 最后 bound variable 替换为完整闭见证 token，其余变量与结构头原样保留；\n4. term / term-list / formula 完整执行语义逐 token 等于 ((Rew.subst ![w]).qpow d)；\n5. step、bounded run、公开 transform 均 primitive recursive，规范公式前缀保留同一 suffix。\n\n最终端点公理画像仅\npropext / Classical.choice / Quot.sound；无 sorryAx。\nFoundationCompactNumericFormulaSubstitution.lean", fillcolor="#dff2e8", color="#2f6f57", penwidth=2.8];
    numericfixitr [label="Primitive-recursive formula-fixitr token machine\n原始递归变量捕获记号机\n\nLean 内核已检查：\n1. 运行状态只有 Nat 与 Nat 列表，任意 base arity n、capture count m 与量词深度 d 均覆盖；\n2. bound variable 保持不变；free i<m 精确变为 bound n+d+i；其余 free i 变为 free (i-m)；\n3. term / term-list / formula 完整执行语义逐 token 等于 ((Rew.fixitr n m).qpow d)；\n4. step、bounded run 与公开 transform 全部 primitive recursive；\n5. 规范公式前缀返回同一 typed fixitr 结果并保留同一 suffix。\n\n十个审计端点公理画像至多为\npropext / Classical.choice / Quot.sound；无 sorryAx、无项目公设。\nFoundationCompactNumericFormulaFixitr.lean", fillcolor="#dff2e8", color="#2f6f57", penwidth=2.8];
    numericsuccind [label="Primitive-recursive succInd(body) token construction\n原始递归后继归纳公式记号构造\n\nLean 内核已检查：\n1. 每个 shift / substitution / fixitr / negation 子变换必须完整消费输入公式，禁止忽略畸形尾部；\n2. 零、开放零、开放后继三类见证均为固定纯数值 token；\n3. 四条代入执行、三次否定、三个析取与两个全称量词均在同一 Option 失败语义中组合；\n4. 整个函数输入/输出只有 Nat 与 List Nat，且已证 primitive recursive；\n5. 任意规范 body 的最终结果逐 token 精确等于原定义 succInd(body)。\n\n关键端点公理画像仅\npropext / Classical.choice / Quot.sound；无 sorryAx、无项目公设。\nFoundationCompactNumericSuccIndSentence.lean", fillcolor="#dff2e8", color="#2f6f57", penwidth=2.8];
    numericfvsup [label="Primitive-recursive formula fvSup computation\n原始递归公式自由变量上确界计算\n\nLean 内核已检查：\n1. 复用同一数值语法任务栈，只在真正 term 位置识别 free-variable token；\n2. relation 标签、函数头、bound variable 与普通数字均不会误计；\n3. 单遍输出逐点等于 formula.fvarList，并保留同一未消费 suffix；\n4. listFvSup 的 max(index+1) fold 已独立证明 primitive recursive；\n5. 公开端点对任意规范公式精确返回 (formula.fvSup, suffix)。\n\n关键端点公理画像仅\npropext / Classical.choice / Quot.sound；无 sorryAx、无项目公设。\nFoundationCompactNumericFormulaFvSup.lean", fillcolor="#dff2e8", color="#2f6f57", penwidth=2.8];
    numericallclosure [label="Primitive-recursive iterated universal closure\n原始递归迭代全称闭包\n\nLean 内核已检查：\n1. 每一步真实前置一个 universal token 6，不把整段闭包当作单位成本；\n2. depth 次迭代的输入/输出只有 Nat 与 List Nat；\n3. step 与 nat-iterate 整体均已证明 primitive recursive；\n4. 对任意 arity=depth 的规范公式，结果逐 token 精确等于 ∀⁰* formula。\n\n边界：本节点本身不宣称按二进制 depth 多项式时间；\n必须由黄色节点先证明 depth <= candidate bit length。\n公理画像仅 Lean 标准公理；无 sorryAx、无项目公设。\nFoundationCompactNumericAllClosure.lean", fillcolor="#dff2e8", color="#2f6f57", penwidth=2.8];
    numerictokenbitlength [label="Primitive-recursive exact token bit length\n原始递归精确 token 位长\n\nLean 内核已检查：\n1. 每个 Nat token 用公开 binaryNatCode 重新编码；\n2. 任意 token 列表的总二进制位长函数已证 primitive recursive；\n3. 项与公式的规范 token 流重新编码后逐位等于原 binary code；\n4. 因而规范候选公式的 token 位长精确等于公开 formulaCode 位长。\n\n这关闭了把 token 数误当位长的坐标风险；\n公理画像仅 Lean 标准公理，无 sorryAx、无项目公设。\nFoundationCompactNumericTokenBitLength.lean", fillcolor="#dff2e8", color="#2f6f57", penwidth=2.8];
    numericguardedinduction [label="Primitive-recursive guarded induction comparator\n原始递归带守卫归纳句比较器\n\nLean 内核已检查：\n1. 先纯数值构造 succInd(body) 并精确计算 fvSup；\n2. 仅当 fvSup <= candidate formulaCode bit length 才执行 fixitr/allClosure；\n3. 生成句逐 token 等于标签 22 的真实 PA 归纳证书句；\n4. 对每个规范 body/candidate，布尔结果为 true iff 两个句子相等；\n5. 守卫拒绝分支由 typed guard completeness 排除漏接；\n6. 构造器、守卫及比较器均已证 primitive recursive。\n\n公理画像仅 propext / Classical.choice / Quot.sound；\n无隐藏长度参数、无 sorryAx、无项目公设。\nFoundationCompactNumericGuardedInductionSentence.lean", fillcolor="#dff2e8", color="#2f6f57", penwidth=2.8];
    numericfixedaxioms [label="Primitive-recursive fixed PA-axiom sentence table\n原始递归固定 PA 公理句表\n\nLean 内核已检查：\n1. 证书标签 0..21 的 22 个非归纳分支全覆盖；\n2. 20 个无参数公理直接返回规范句 token 常量；\n3. 函数外延按 4 个合法 (arity,code) 分派，关系外延按 2 个合法对分派；\n4. 输入/输出只有 Nat、Nat×Nat 和 List Nat，整个查表函数 primitive recursive；\n5. 每个规范固定证书逐 token 精确等于 certificate.sentence。\n\n五个审计端点公理画像仅\npropext / Classical.choice / Quot.sound；无 sorryAx。\nFoundationCompactNumericFixedPAAxiomSentence.lean", fillcolor="#dff2e8", color="#2f6f57", penwidth=2.8];
    numericallaxioms [label="Primitive-recursive all-23-tag PA-axiom comparator\n原始递归全部 23 标签 PA 公理比较器\n\nLean 内核已检查：\n1. 证书 parser 必须精确消费到空 suffix，禁止多余垃圾尾部；\n2. 标签 0..21 进入固定表，标签 22 进入带守卫归纳比较器；\n3. 非法函数/关系码、畸形归纳体和未知标签均拒绝；\n4. 任意证书 token 对规范候选句返回 true iff 存在真实 PA 公理证书，\n   输入恰为其完整 token 且 certificate.sentence = candidate；\n5. 完整比较器已证 primitive recursive。\n\n公理画像仅 propext / Classical.choice / Quot.sound；\n无 sorryAx、无项目公设。\nFoundationCompactNumericPAAxiomComparator.lean", fillcolor="#dff2e8", color="#2f6f57", penwidth=2.8];
-     numericparser [label="【主终端当前：证明树 / 结构证书十规则同步】\nPublic local-check numeric graph\n公开局部检查纯数值图\n\n新近闭合：全部 23 个 PA 公理标签的纯数值合并器，\n包括任意证书 token 的精确解析与畸形/垃圾尾部拒绝。\n此前已闭合：proof/certificate 任意输入反演、全部数值语法值、\n列表判定、公式变换、候选位长守卫及归纳句构造。\n\n当前证明任务：\n1. 在纯数值状态机中同步遍历 proof tree 与 structural certificate；\n2. 对 closed/axm/verum/and/or/all/exs/wk/shift/cut 逐规则复现局部判定；\n3. 覆盖证书形状错配、畸形 token 和所有递归拒绝分支；\n4. 汇入公开 packed verifier，证明同一 code/formulaCode 上结果逐点相等。\n\n完成标准：完整公开 verifier 的 primitive-recursive graph；\n不借旧 rawCode，不增加隐藏见证长度，不把 typed syntax 当外部输入。", fillcolor="#fff0c9", color="#b37a12", penwidth=2.8];
+     numericrules [label="10/10 primitive-recursive listed local rule checks\n十条列表证明局部规则纯数值检查全部闭合\n\nLean 内核已检查：\n1. closed / axm / verum / and / or / all / exs / wk / shift / cut 全覆盖；\n2. 每个输入只有公式 token、序列 token 列表及子节点布尔结果；\n3. free / substitution / negation / sequent shift 均调用真实纯数值变换；\n4. axm 调用同一个全部 23 标签比较器；\n5. 每条函数均 primitive recursive，规范字段上逐点等于\n   listedCertificateValidTrace 对应分支结果；\n6. 子有效性是任务栈返回值，不是外部证明假设。\n\n公理画像仅 propext / Classical.choice / Quot.sound；\n无 sorryAx、无项目公设。\nFoundationCompactNumericListedRuleChecks.lean", fillcolor="#dff2e8", color="#2f6f57", penwidth=2.8];
+     numericparser [label="【主终端当前：同步任务栈与完整流执行】\nPublic local-check numeric graph\n公开局部检查纯数值图\n\n新近闭合：十条 proof rule 的全部纯数值局部合并器，\n每条均已证 primitive recursive 且与 typed trace 分支逐点相等。\n此前已闭合：proof/certificate 任意输入反演、全部字段值解析、\n23 标签公理比较、列表判定和全部公式变换。\n\n当前证明任务：\n1. 建立同步消费 proof tokens / structural certificate tokens 的有限任务栈；\n2. 解析节点字段并把子结论/子布尔结果自底向上交给绿色局部合并器；\n3. 覆盖证书形状错配、畸形 token、燃料耗尽及所有拒绝分支；\n4. 汇入公开 packed verifier，证明同一 code/formulaCode 上结果逐点相等。\n\n完成标准：完整公开 verifier 的 primitive-recursive graph；\n不借旧 rawCode，不增加隐藏见证长度，不把 typed syntax 当外部输入。", fillcolor="#fff0c9", color="#b37a12", penwidth=2.8];
    compactformula [label="CompactProof(x,y) + Con_PA^compact(k)\n紧凑证明谓词算术公式 + 紧凑有限一致性句\n绿色 ListedCertifiedFiniteConsistencyAt 已给出正确 Lean Prop 元层语义\n旧 succinctFiniteConsistencySentence 仍指 raw-code checker（原始码检查器）\n待证明：算术句标准模型精确等价于同一 guarded compact verifier\n以及短二进制数词实例的公式大小界", fillcolor="#f3f3f3", color="#777777", style="rounded,filled,dashed", penwidth=2.0];
    patrace [label="PA computation-trace theorem\nPA 计算轨迹定理\naccepted run -> short PA proof of CompactProof(x,y)\n接受运行 -> CompactProof(x,y) 的短 PA 证明", fillcolor="#f3f3f3", color="#777777", style="rounded,filled,dashed"];
    suitable [label="suitable numeration（合适枚举）\nbit graph representability（位图可表示性）\npolynomial proof construction（多项式证明构造）", fillcolor="#f3f3f3", color="#777777", style="rounded,filled,dashed"];
    cond0 [label="Pudlak condition (0)（普德拉克条件 0）\nPA 内证明 proof-bound monotonicity（证明长度界单调性）\nP 的较紧/较松 cutoff 可在同一公式中转换", fillcolor="#f3f3f3", color="#777777", style="rounded,filled,dashed"];
    cond1 [label="Pudlak condition (1)（普德拉克条件 1）\nexternal short proof -> internal P(n, code(phi))\n外部短证明以多项式开销内部化为 P 实例", fillcolor="#f3f3f3", color="#777777", style="rounded,filled,dashed"];
    cond2 [label="Pudlak condition (2)（普德拉克条件 2）\nP(n,m) -> P(q1(n), code(P(n,m)))\n证明谓词实例自身的定量内部化", fillcolor="#f3f3f3", color="#777777", style="rounded,filled,dashed"];
    cond3 [label="Pudlak condition (3)（普德拉克条件 3）\nbounded modus ponens composition（有界肯定前件合成）\nP(n,phi) 与 P(n,phi->psi) -> P(q2(n),psi)", fillcolor="#f3f3f3", color="#777777", style="rounded,filled,dashed"];
    mpcompiler [label="Accepted-code bounded modus ponens compiler\n接受码有界肯定前件编译器（外部语义层已闭合）\n\n同一公开列表保持验证器：\naccept(codeImp, A->B) + accept(codeA, A)\n  -> exists codeB, accept(codeB, B)\n完整载荷界：\n|codeB| <= |codeImp| + |codeA| + 240 + 34*S(A,B)\n两份输入 proof tree + certificate 原样复用\n树级、证书级、规范码级及任意接受码端点均已通过\n无隐藏长度参数；无 sorryAx\nFoundationCompactCertifiedModusPonens.lean\n\n注意：这里只关闭外部码合成；\nPA 内部 condition (3) 仍须由 arithmetic trace 内化。", fillcolor="#dff2e8", color="#2f6f57", penwidth=2.8];
    conjcompiler [label="Accepted-code bounded conjunction compiler\n接受码有界合取编译器（外部语义层已闭合）\n\naccept(codeA,A) + accept(codeB,B)\n  -> exists codeAnd, accept(codeAnd,A and B)\n完整载荷界：\n|codeAnd| <= |codeA| + |codeB| + 144 + 11*S(A,B)\n两棵输入树与两份完整证书原样复用\n任意接受码端点及 axiom profile 已通过\n无 sorryAx\nFoundationCompactCertifiedConjunction.lean\n\n注意：固定重言式与原文拼接步骤 (i)-(v)\n以及 PA 内部化仍未闭合。", fillcolor="#dff2e8", color="#2f6f57", penwidth=2.8];
    qdiagonal [label="Quantitative parameterized diagonalization\n定量参数化对角化（同一完整载荷坐标已闭合）\nFoundation parameterized_diagonal₁：固定 P 的全称证明为常数\n真实 Derivation2 实例化：cut + wk + exs + closed\n显式结构证书：binary(unary(baseCert), unary(leaf))\n公开列表保持验证器接受完整 proof+certificate 打包码\n短二进制数码项：2*previous+bit\n码长 O(Nat.size m)，标准模型值严格为 m\n最终完整载荷界：baseProof+baseCert+192\n + 2048*(formulaConstant+stepConstant*|m|+1)^3\n同一公式实例的精确最短载荷也不超过该界\n具体 CompactProof 谓词仍由灰色算术化节点提供\nFoundationCompactDerivationSpecialization.lean\nFoundationCompactCertifiedDerivationSpecialization.lean\nFoundationCompactBinaryNumeralTerm.lean\nFoundationCompactParameterizedDiagonalSpecialization.lean\n端点无 sorryAx", fillcolor="#dff2e8", color="#2f6f57", penwidth=2.8];
    proofassembly [label="Bounded proof-calculus assembly (i)-(v)\n有界证明演算拼接（原文步骤 i-v）\n固定命题重言式 + (0)-(3) + MP/conjunction composition\n逐步得到 not P(q5(m), bottom) -> D(m)\n每次拼接与公式实例化均须显式多项式长度", fillcolor="#f3f3f3", color="#777777", style="rounded,filled,dashed"];
    paconsistency [label="PA consistency in the standard model\nPA 在标准模型中的一致性\naccepted falsum proof -> real Derivation2 -> contradiction\n项目已有 noListedCertifiedPAProofOfFalsum；无 sorryAx", fillcolor="#dff2e8", color="#2f6f57", penwidth=2.4];
    exponentextract [label="Consistency contradiction + exponent extraction\n一致性反证 + 指数提取\n短 D(m) 证明与一致性冲突\nq5(m) 的多项式重标定 -> 存在 epsilon > 0\n推出 Con_A(n) 无 n^epsilon 长度证明", fillcolor="#f3f3f3", color="#777777", style="rounded,filled,dashed"];
    diagonal [label="Pudlak 1986 Theorem 3.1\n普德拉克 1986 定理 3.1\ndiagonal proof-length lower bound\n对角证明长度下界", fillcolor="#f3f3f3", color="#777777", style="rounded,filled,dashed", penwidth=2.0];
    internalnote [shape=note, label="关键注释：外部运行时间界不能自动变成 PA 内部短证明。\n必须构造 accepted computation trace（接受计算轨迹），\n并在同一算术编码中逐步验证。", fillcolor="#e8f1f8", color="#4e7892"];

    predicate -> compactformula [label="exact standard-model relation\n精确标准模型关系"];
    minmeasure -> compactformula [label="same honest payload length\n同一诚实载荷长度"];
    canonicalnormalize -> compactformula [style=dotted, label="normalization audit only; public guarded verifier remains the target\n仅作规范化审计；目标仍是公开带守卫验证器"];
    predicate -> listedconmeta [label="same accepted-code relation\n同一接受码关系"];
    minmeasure -> listedconmeta [label="same payload coordinate\n同一载荷坐标"];
    listedconmeta -> compactformula [label="arithmetize this exact semantics\n算术化这一精确语义"];
    canonicalnormalize -> listedconmeta [label="pointwise same-cutoff equivalence\n逐点同截断值等价"];
    polytime -> arithinput [label="same packed inputs and bit-cost coordinate\n同一打包输入与位成本坐标"];
    arithinput -> tokenstream [label="primitive-recursive payload and Nat-prefix base\n原始递归载荷与自然数前缀基础"];
    tokenstream -> bitsync [label="exact arbitrary-input stream semantics\n任意输入流精确语义"];
    tokenstream -> syntaxparser [label="bounded exact tokenization\n有界精确记号化"];
    bitsync -> syntaxbitsync [label="exact bit suffix invariant\n精确位后缀不变量"];
    syntaxparser -> syntaxbitsync [label="same term/formula token grammar\n同一项/公式 token 文法"];
    syntaxparser -> syntaxinversion [label="backward typed realization invariant\n反向类型化实现不变量"];
    syntaxinversion -> numericvalues [label="arbitrary syntax success is canonical\n任意语法成功均为真实规范前缀"];
    syntaxinversion -> closedformula [label="typed prefix recovery + no-fvar invariant\n类型化前缀恢复 + 无自由变量不变量"];
    closedformula -> proofparser [label="axm sentence task\n公理叶闭句任务"];
    syntaxparser -> proofparser [label="checked syntax-task machine\n已检查语法任务机"];
    syntaxparser -> certparser [label="induction-body formula parser\n归纳公理体公式解析"];
    syntaxinversion -> proofinversion [label="term / formula arbitrary inversion\n项 / 公式任意反演"];
    proofparser -> proofinversion [label="ten-rule numeric state machine\n十规则纯数值状态机"];
    closedformula -> proofinversion [label="real sentence recovery\n真实闭句恢复"];
    proofinversion -> numericparser [label="arbitrary proof success is canonical\n任意证明成功均为真实规范前缀"];
    syntaxinversion -> certinversion [label="induction-formula arbitrary inversion\n归纳公式任意反演"];
    certparser -> certinversion [label="23+4 certificate numeric machines\n23+4 类证书纯数值机"];
    certinversion -> numericparser [label="arbitrary certificate success is canonical\n任意证书成功均为真实规范前缀"];
    syntaxbitsync -> numericparser [label="term/formula typed-bit equivalence closed\n项/公式类型化位级等价已闭合"];
    bitsync -> proofbitsync [label="same exact bit suffix\n同一精确位后缀"];
    syntaxbitsync -> proofbitsync [label="typed sequent/term/formula components\n类型化序列/项/公式部件"];
    proofparser -> proofbitsync [label="same ten-rule token grammar\n同一十规则 token 文法"];
    bitsync -> certbitsync [label="same exact bit suffix\n同一精确位后缀"];
    syntaxbitsync -> certbitsync [label="induction-body formula synchronization\n归纳公式体同步"];
    certparser -> certbitsync [label="same 23+4 token grammar\n同一 23+4 类 token 文法"];
    proofbitsync -> numericparser [label="typed proof bit equivalence closed\n证明树类型化位级等价已闭合"];
    certbitsync -> numericparser [label="typed certificate bit equivalence closed\n证书类型化位级等价已闭合"];
    arithinput -> packedtokensync [label="same sentinel-packed inputs\n同一哨兵位打包输入"];
    tokenstream -> packedtokensync [label="primitive-recursive full tokenization\n原始递归完整 token 化"];
    proofbitsync -> packedtokensync [label="proof segment equivalence\n证明段等价"];
    certbitsync -> packedtokensync [label="certificate segment equivalence\n证书段等价"];
    packedtokensync -> numericvalues [label="same public token streams\n同一公开 token 流"];
    numericvalues -> numericchecks [label="exact numeric syntax values\n精确数值语法值"];
-     numericchecks -> numericparser [label="same local list decisions\n同一局部列表判定"];
+     numericchecks -> numericrules [label="same local list decisions\n同一局部列表判定"];
    numericvalues -> numericconstructors [label="canonical token values\n规范 token 值"];
-     numericconstructors -> numericparser [label="six direct formula constructors\n六种直接公式构造"];
+     numericconstructors -> numericrules [label="six direct formula constructors\n六种直接公式构造"];
    numericvalues -> numericnegation [label="same parser task semantics\n同一解析任务语义"];
-     numericnegation -> numericparser [label="exact De Morgan token transform\n精确 De Morgan 记号变换"];
+     numericnegation -> numericrules [label="exact De Morgan token transform\n精确 De Morgan 记号变换"];
    numericvalues -> numericshift [label="same parser task semantics\n同一解析任务语义"];
-     numericshift -> numericparser [label="exact free-index successor transform\n精确自由变量后继变换"];
+     numericshift -> numericrules [label="exact free-index successor transform\n精确自由变量后继变换"];
    numericvalues -> numericfree [label="same parser task and binder arity\n同一解析任务与绑定元数"];
-     numericfree -> numericparser [label="exact arity-lowering free transform\n精确降元自由化变换"];
+     numericfree -> numericrules [label="exact arity-lowering free transform\n精确降元自由化变换"];
    numericvalues -> numericsubstitution [label="same parser task and witness tokens\n同一解析任务与见证记号"];
-     numericsubstitution -> numericparser [label="exact qpow substitution transform\n精确量词下代入变换"];
+     numericsubstitution -> numericrules [label="exact qpow substitution transform\n精确量词下代入变换"];
    numericvalues -> numericfixitr [label="same parser task and binder arity\n同一解析任务与绑定元数"];
    numericfixitr -> numericparser [label="exact qpow fixitr transform\n精确量词下变量捕获变换"];
    numericconstructors -> numericsuccind [label="or / all token constructors\n析取 / 全称量词记号构造"];
    numericnegation -> numericsuccind [label="three exact negations\n三次精确否定"];
    numericshift -> numericsuccind [label="open-substitution namespace shift\n开放代入命名空间移位"];
    numericsubstitution -> numericsuccind [label="four exact substitution executions\n四条精确代入执行"];
    numericfixitr -> numericsuccind [label="capture open witnesses\n捕获开放见证"];
    numericsuccind -> numericguardedinduction [label="exact succInd(body) tokens\n精确后继归纳公式记号"];
    numericvalues -> numericfvsup [label="same checked syntax-task stack\n同一已检查语法任务栈"];
    numericsuccind -> numericfvsup [label="compute closure depth of succInd(body)\n计算归纳公式闭包深度"];
    numericfvsup -> numericguardedinduction [label="exact formula.fvSup value\n精确公式自由变量上确界"];
    numericfixitr -> numericallclosure [label="capture depth free variables first\n先捕获 depth 个自由变量"];
    numericfvsup -> numericallclosure [label="same exact closure depth\n同一精确闭包深度"];
    numericallclosure -> numericguardedinduction [label="guarded exact all-closure tokens\n带守卫精确全称闭包记号"];
    numericvalues -> numerictokenbitlength [label="candidate canonical token stream\n候选公式规范记号流"];
    numerictokenbitlength -> numericguardedinduction [label="actual candidate formulaCode bit length\n候选公式码真实位长"];
    numericfixitr -> numericguardedinduction [label="capture only after guard\n仅在守卫通过后捕获变量"];
    certbitsync -> numericguardedinduction [label="tag 22 induction body\n标签 22 归纳公式体"];
    numericguardedinduction -> numericallaxioms [label="guarded tag 22 exact result\n带守卫标签 22 精确结果"];
    certbitsync -> numericfixedaxioms [label="same PA-certificate tags and parameters\n同一 PA 证书标签与参数"];
    numericfixedaxioms -> numericallaxioms [label="tags 0..21 exact sentence tokens\n标签 0..21 精确公理句记号"];
    certinversion -> numericallaxioms [label="exact arbitrary certificate-token inversion\n任意证书记号精确反演"];
-     numericallaxioms -> numericparser [label="all 23 axiom branches closed\n全部 23 个公理分支闭合"];
+     numericallaxioms -> numericrules [label="axm branch comparator\n公理叶比较器"];
+     numericrules -> numericparser [label="all ten local Boolean combiners closed\n十条局部布尔合并器全部闭合"];
    numericparser -> compactformula [label="same numeric machine graph\n同一纯数值机器图"];
    compactformula -> patrace [label="fixed formula and binary numerals\n固定公式与二进制数词"];
    internalnote -> patrace [style=dotted, arrowhead=none, constraint=false];
    patrace -> suitable;
    suitable -> cond0;
    suitable -> cond1;
    suitable -> cond2;
    suitable -> cond3;
    predicate -> mpcompiler [label="same public verifier\n同一公开验证器"];
    canonicalnormalize -> mpcompiler [label="decoded payload never grows\n解码规范化不增长"];
    mpcompiler -> cond3 [style=dotted, label="external compiler closed; PA internal proof remains\n外部编译已闭合；仍需 PA 内部短证明"];
    predicate -> conjcompiler [label="same public verifier\n同一公开验证器"];
    canonicalnormalize -> conjcompiler [label="decoded payload never grows\n解码规范化不增长"];
    conjcompiler -> proofassembly [style=dotted, label="external conjunction primitive closed\n外部合取原语已闭合"];
    compactformula -> qdiagonal [style=dotted, arrowhead=none, constraint=false, label="later instantiate the closed generic compiler at concrete P\n后续把已闭合通用编译器实例化到具体 P"];
    suitable -> qdiagonal [style=dotted, arrowhead=none, constraint=false, label="concrete P conditions belong to later assembly\n具体 P 条件属于后续拼接"];
    transformcode -> qdiagonal [label="formula-instance size bound already checked\n公式实例大小界已检查"];
    cond0 -> proofassembly;
    cond1 -> proofassembly;
    cond2 -> proofassembly;
    cond3 -> proofassembly;
    qdiagonal -> proofassembly;
    proofassembly -> exponentextract;
    paconsistency -> exponentextract;
    exponentextract -> diagonal;
  }

  subgraph cluster_buss {
    label="H. Buss-Pudlak lower bound（布斯-普德拉克下界）";
    color="#9a9a9a";
    style="rounded,dashed";

    family [label="F_n = Con_T((f(n))^c)\n有限一致性公式族\nsame T / proof system / symbol length\n同一理论 / 证明系统 / 符号长度", fillcolor="#f3f3f3", color="#777777", style="rounded,filled,dashed"];
    rescale [label="Buss 1994 Theorem 5\n布斯 1994 第 5 定理\ntime-constructible rescaling\n时间可构造重标定", fillcolor="#f3f3f3", color="#777777", style="rounded,filled,dashed", penwidth=2.0];
    lower [label="minProofLength(F_n) > U(n) eventually\n最短证明长度最终大于 U(n)\nsuper-polynomial lower bound（超多项式下界）", fillcolor="#e9e3f5", color="#76639a", style="rounded,filled,dashed", penwidth=2.0];
    lowernote [shape=note, label="关键注释：文献下界只能用于原文满足条件的\nformula family（公式族）、proof system（证明系统）\n和 symbol length（符号长度）；名字相似不能替代对象恒等。", fillcolor="#e8f1f8", color="#4e7892"];

    compactformula -> family [label="same CompactProof predicate\n同一紧凑证明谓词"];
    minmeasure -> family [label="exact minimum length coordinate\n精确最短长度坐标"];
    diagonal -> rescale [label="power lower-bound seed\n幂下界种子"];
    family -> rescale;
    rescale -> lower [label="explicit time-constructible f\n显式时间可构造函数 f"];
    lowernote -> rescale [style=dotted, arrowhead=none, constraint=false];
  }

  subgraph cluster_collision {
    label="I. Same-object upper bound and collision（同对象上界与碰撞）";
    color="#9a9a9a";
    style="rounded,dashed";

    sondowcert [label="Sondow checked certificates\n索多已检查证书\nassume gamma rational（假设欧拉常数有理）\n本节点只表示证书已检查，不等于同对象上界已完成", fillcolor="#dff2e8", color="#3f7c66"];
    samecompiler [label="Sondow same-object compiler\n索多同对象编译器\ncertificate -> real proof of the same F_n\n证书 -> 同一 F_n 的真实证明", fillcolor="#f3f3f3", color="#777777", style="rounded,filled,dashed"];
    upper [label="minProofLength(F_n) <= U(n)\n最短证明长度不超过多项式 U(n)\npolynomial upper bound（多项式上界）\n等待 same-object compiler（同对象编译器）", fillcolor="#f3f3f3", color="#777777", style="rounded,filled,dashed"];
    collision [label="U(N) < minProofLength(F_N) <= U(N)\n同一 N、同一公式、同一检查器、同一长度的矛盾\ncollision theorem（碰撞定理）", fillcolor="#f8d9d6", color="#a8443d", style="rounded,filled,dashed", penwidth=2.5];
    final [label="not is_rational euler_mascheroni\n欧拉-马歇罗尼常数非有理\n仅在全部上游根定理闭合后成立", fillcolor="#f8d9d6", color="#a8443d", style="rounded,filled,dashed", penwidth=2.5];
    samenote [shape=note, label="关键注释：碰撞必须是同一 N、同一 F_N、\n同一 checker（检查器）和同一 length measure（长度度量）。\n只证明两个抽象接口各自存在不能形成碰撞。", fillcolor="#e8f1f8", color="#4e7892"];

    sondowcert -> samecompiler;
    family -> samecompiler [label="formula identity\n公式恒等"];
    predicate -> samecompiler [label="same checker/length\n同一检查器/长度"];
    minmeasure -> samecompiler [label="same minimum payload measure\n同一最短载荷度量"];
    samecompiler -> upper [label="canonical accepted proof code\n规范且被接受的证明码"];
    upper -> collision [label="same F_N / same length\n同一 F_N / 同一长度"];
    lower -> collision [label="same F_N / same length\n同一 F_N / 同一长度"];
    samenote -> collision [style=dotted, arrowhead=none, constraint=false];
    collision -> final;
  }

  subgraph cluster_audit {
    label="J. Submission-grade audit gates（投稿级审计门）";
    color="#76639a";
    style="rounded";

    axioms [label="#print axioms audit（公理画像审计）\n已完成节点仅依赖：\npropext（命题外延）\nClassical.choice（经典选择）\nQuot.sound（商类型可靠性）", fillcolor="#e9e3f5", color="#76639a"];
    forbidden [label="Forbidden project assumptions（禁止项目级假设）\nno tail_gap（无尾部间隙参数）\nno upper_provider（无上界提供者参数）\nno project proof_length（无项目证明长度公设）\nno sorryAx（无未完成证明公设）", fillcolor="#e9e3f5", color="#76639a"];
    gate [label="Final dependency audit（最终依赖审计）\nsame formula / parameter / checker / measure\n同一公式 / 参数 / 检查器 / 度量", fillcolor="#e9e3f5", color="#76639a", penwidth=2.0];

    totalcanonical -> axioms [style=dotted];
    publiciff -> axioms [style=dotted];
    completeness -> axioms [style=dotted];
    nattrace -> axioms [style=dotted];
    polytime -> forbidden [style=dashed];
    diagonal -> forbidden [style=dashed];
    samecompiler -> forbidden [style=dashed];
    lower -> gate;
    upper -> gate;
    axioms -> gate;
    forbidden -> gate;
    gate -> collision [style=dashed, label="audit pass\n审计通过"];
  }

  subgraph cluster_rejected_routes {
    label="K. Rejected historical routes（经审计弃用的历史路线；不通向主结论）";
    color="#a8443d";
    style="rounded,dashed";

    rawgodel [label="Nat.size(rawProofCode) lower bound\n原始哥德尔证明码位长下界\nunary-numeral encoding artifact（一元数词编码伪影）", fillcolor="#f8d9d6", color="#a8443d", style="rounded,filled,dashed"];
    postfixraw [label="Postfix checker rebuilding rawCode\n重建 rawCode 的后缀检查器\nprimitive recursive != polynomial time\n原始递归不等于多项式时间", fillcolor="#f8d9d6", color="#a8443d", style="rounded,filled,dashed"];
    abstractgap [label="tail_gap / computable_gap input\n尾部间隙 / 可计算间隙输入\nassumes the lower bound（预设下界）", fillcolor="#f8d9d6", color="#a8443d", style="rounded,filled,dashed"];
    abstractupper [label="upper_provider input\n上界提供者输入\nassumes the Sondow bridge（预设索多桥）", fillcolor="#f8d9d6", color="#a8443d", style="rounded,filled,dashed"];
    unsimulated [label="Unproved Hilbert-system simulation\n未证明的 Hilbert 系统模拟\nwrong/uncalibrated proof measure\n错误或未校准的证明度量", fillcolor="#f8d9d6", color="#a8443d", style="rounded,filled,dashed"];
    graft [label="strengthened_to_partial / transfer_to_graft\n加强到部分 / 嫁接转移接口\ninterface packaging without source theorem\n只有接口包装、没有源定理", fillcolor="#f8d9d6", color="#a8443d", style="rounded,filled,dashed"];
    rejectednote [shape=note, label="弃用判据：编码伪影、循环输入、对象错位，\n或只给接口而没有根定理。\n本区域没有任何边连接最终碰撞定理。", fillcolor="#fff1f0", color="#a8443d"];

    rawgodel -> postfixraw [style=dotted, color="#a8443d"];
    abstractgap -> graft [style=dotted, color="#a8443d"];
    abstractupper -> graft [style=dotted, color="#a8443d"];
    unsimulated -> graft [style=dotted, color="#a8443d"];
    rejectednote -> graft [style=dotted, arrowhead=none, color="#a8443d"];
  }
}
